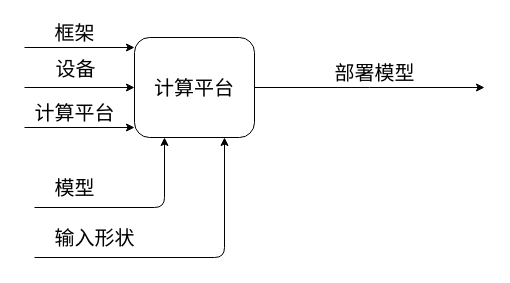
This is figure/sources/platform_interface.drawio from Shuo626/BUAAthesis, a draw.io file, before an edit. Source tidied: cells renumbered, new cells numbered last; positions are measured from the earlier drawing's top-left corner, leaving out a move shared by most shapes. Both pictures are drawn from the tidied source at 100%, with x=0, y=0 at pixel (24, 17).
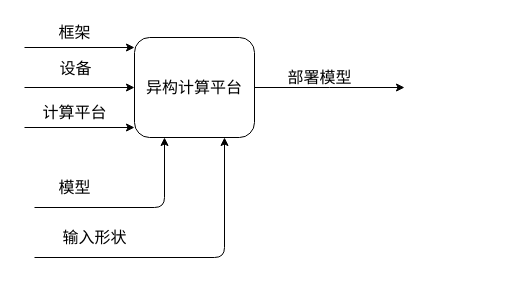
The same diagram, later.

Diff of the diagram source:
```diff
@@
-    <mxCell id="2" style="edgeStyle=orthogonalEdgeStyle;rounded=0;jettySize=auto;html=1;exitX=1;exitY=0.5;exitDx=0;exitDy=0;fontFamily=Times New Roman;fontSize=20;" parent="1" edge="1" source="3">
+    <mxCell id="2" style="edgeStyle=orthogonalEdgeStyle;rounded=0;jettySize=auto;html=1;exitX=1;exitY=0.5;exitDx=0;exitDy=0;fontFamily=simsun;fontSize=16;" parent="1" edge="1" source="3">
       <mxGeometry relative="1" as="geometry">
-        <mxPoint x="460" y="70" as="targetPoint" />
+        <mxPoint x="380" y="70" as="targetPoint" />
       </mxGeometry>
     </mxCell>
-    <mxCell id="3" value="计算平台" style="rounded=1;fontFamily=SimSun;whiteSpace=wrap;html=1;fontSize=20;" parent="1" vertex="1">
+    <mxCell id="3" value="异构计算平台" style="rounded=1;fontFamily=simsun;whiteSpace=wrap;html=1;fontSize=16;" parent="1" vertex="1">
       <mxGeometry x="110" y="20" width="120" height="100" as="geometry" />
     </mxCell>
-    <mxCell id="4" style="endArrow=classic;html=1;fontFamily=SimSun;fontSize=20;" parent="1" edge="1">
+    <mxCell id="4" style="endArrow=classic;html=1;fontFamily=simsun;fontSize=16;" parent="1" edge="1">
       <mxGeometry relative="1" as="geometry">
         <mxPoint y="30" as="sourcePoint" />
         <mxPoint x="110" y="30" as="targetPoint" />
       </mxGeometry>
     </mxCell>
-    <mxCell id="5" style="endArrow=classic;html=1;fontFamily=SimSun;fontSize=20;" parent="1" edge="1">
+    <mxCell id="5" style="endArrow=classic;html=1;fontFamily=simsun;fontSize=16;" parent="1" edge="1">
       <mxGeometry relative="1" as="geometry">
         <mxPoint y="70" as="sourcePoint" />
         <mxPoint x="110" y="70" as="targetPoint" />
       </mxGeometry>
     </mxCell>
-    <mxCell id="6" value="&lt;font face=&quot;SimSun&quot;&gt;设备&lt;/font&gt;" style="edgeLabel;html=1;align=center;verticalAlign=middle;fontSize=20;fontFamily=Times New Roman;" parent="5" vertex="1">
+    <mxCell id="6" value="&lt;font style=&quot;font-size: 16px;&quot;&gt;设备&lt;/font&gt;" style="edgeLabel;html=1;align=center;verticalAlign=middle;fontSize=16;fontFamily=simsun;" parent="5" vertex="1">
       <mxGeometry x="-0.41" y="9" relative="1" as="geometry">
         <mxPoint x="18" y="-11" as="offset" />
       </mxGeometry>
     </mxCell>
-    <mxCell id="7" style="endArrow=classic;html=1;fontFamily=SimSun;fontSize=20;" parent="1" edge="1">
+    <mxCell id="7" style="endArrow=classic;html=1;fontFamily=simsun;fontSize=16;" parent="1" edge="1">
       <mxGeometry relative="1" as="geometry">
         <mxPoint y="110" as="sourcePoint" />
         <mxPoint x="110" y="110" as="targetPoint" />
       </mxGeometry>
     </mxCell>
-    <mxCell id="8" value="&lt;font face=&quot;SimSun&quot;&gt;框架&lt;/font&gt;" style="text;html=1;align=center;verticalAlign=middle;fontSize=20;fontFamily=Times New Roman;" parent="1" vertex="1">
-      <mxGeometry x="20" width="60" height="30" as="geometry" />
+    <mxCell id="8" value="&lt;font style=&quot;font-size: 16px;&quot;&gt;框架&lt;/font&gt;" style="text;html=1;align=center;verticalAlign=middle;fontSize=16;fontFamily=simsun;" parent="1" vertex="1">
+      <mxGeometry x="25" y="5" width="50" height="20" as="geometry" />
     </mxCell>
-    <mxCell id="9" value="&lt;font face=&quot;SimSun&quot;&gt;计算平台&lt;/font&gt;" style="text;html=1;align=center;verticalAlign=middle;fontSize=20;fontFamily=Times New Roman;" parent="1" vertex="1">
-      <mxGeometry y="80" width="100" height="30" as="geometry" />
+    <mxCell id="9" value="计算平台" style="text;html=1;align=center;verticalAlign=middle;fontSize=16;fontFamily=simsun;" parent="1" vertex="1">
+      <mxGeometry x="10" y="85" width="80" height="20" as="geometry" />
     </mxCell>
-    <mxCell id="10" value="&lt;font face=&quot;SimSun&quot;&gt;部署模型&lt;/font&gt;" style="text;html=1;align=center;verticalAlign=middle;fontSize=20;fontFamily=Times New Roman;" parent="1" vertex="1">
-      <mxGeometry x="300" y="40" width="100" height="30" as="geometry" />
+    <mxCell id="10" value="&lt;font style=&quot;font-size: 16px;&quot;&gt;部署模型&lt;/font&gt;" style="text;html=1;align=center;verticalAlign=middle;fontSize=16;fontFamily=simsun;" parent="1" vertex="1">
+      <mxGeometry x="255" y="50" width="80" height="20" as="geometry" />
     </mxCell>
-    <mxCell id="11" style="endArrow=classic;html=1;entryX=0.25;entryY=1;entryDx=0;entryDy=0;" parent="1" edge="1" target="3">
+    <mxCell id="11" style="endArrow=classic;html=1;entryX=0.25;entryY=1;entryDx=0;entryDy=0;fontFamily=simsun;fontSize=16;" parent="1" edge="1" target="3">
       <mxGeometry relative="1" as="geometry">
         <mxPoint x="10" y="190" as="sourcePoint" />
         <Array as="points">
           <mxPoint x="140" y="190" />
         </Array>
       </mxGeometry>
     </mxCell>
-    <mxCell id="12" style="endArrow=classic;html=1;entryX=0.75;entryY=1;entryDx=0;entryDy=0;" parent="1" edge="1" target="3">
+    <mxCell id="12" style="endArrow=classic;html=1;entryX=0.75;entryY=1;entryDx=0;entryDy=0;fontFamily=simsun;fontSize=16;" parent="1" edge="1" target="3">
       <mxGeometry relative="1" as="geometry">
         <mxPoint x="10" y="240" as="sourcePoint" />
         <Array as="points">
           <mxPoint x="200" y="240" />
         </Array>
       </mxGeometry>
     </mxCell>
-    <mxCell id="13" value="&lt;font style=&quot;font-size: 20px&quot; face=&quot;SimSun&quot;&gt;模型&lt;/font&gt;" style="text;html=1;align=center;verticalAlign=middle;fontFamily=Times New Roman;" parent="1" vertex="1">
-      <mxGeometry x="20" y="160" width="60" height="20" as="geometry" />
+    <mxCell id="13" value="&lt;font style=&quot;font-size: 16px;&quot;&gt;模型&lt;/font&gt;" style="text;html=1;align=center;verticalAlign=middle;fontFamily=simsun;fontSize=16;" parent="1" vertex="1">
+      <mxGeometry x="25" y="160" width="50" height="20" as="geometry" />
     </mxCell>
-    <mxCell id="14" value="&lt;span style=&quot;font-size: 20px&quot;&gt;&lt;font face=&quot;SimSun&quot;&gt;输入形状&lt;/font&gt;&lt;/span&gt;" style="text;html=1;align=center;verticalAlign=middle;fontFamily=Times New Roman;" parent="1" vertex="1">
-      <mxGeometry x="20" y="210" width="100" height="20" as="geometry" />
+    <mxCell id="14" value="&lt;span style=&quot;font-size: 16px;&quot;&gt;&lt;font style=&quot;font-size: 16px;&quot;&gt;输入形状&lt;/font&gt;&lt;/span&gt;" style="text;html=1;align=center;verticalAlign=middle;fontFamily=simsun;fontSize=16;" parent="1" vertex="1">
+      <mxGeometry x="30" y="210" width="80" height="20" as="geometry" />
     </mxCell>
```
